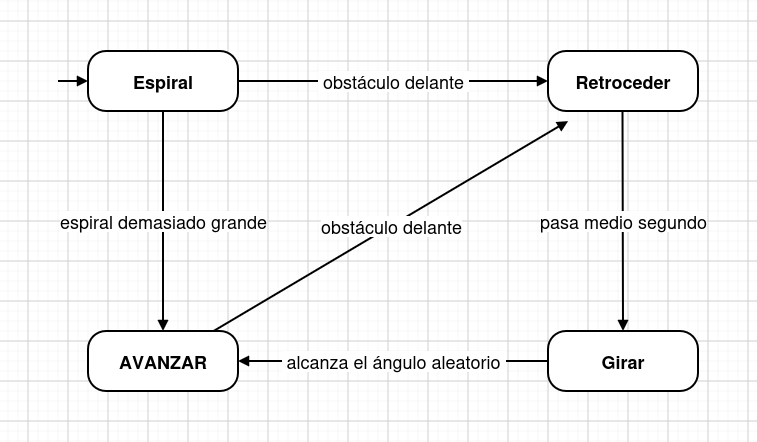
The draw.io diagram assets/img/maquina_estados.png in valentechie/blog-robotica-movil, before a commit. Source tidied: cells renumbered, new cells last; positions are measured from the earlier drawing's top-left corner, leaving out a move shared by most shapes.
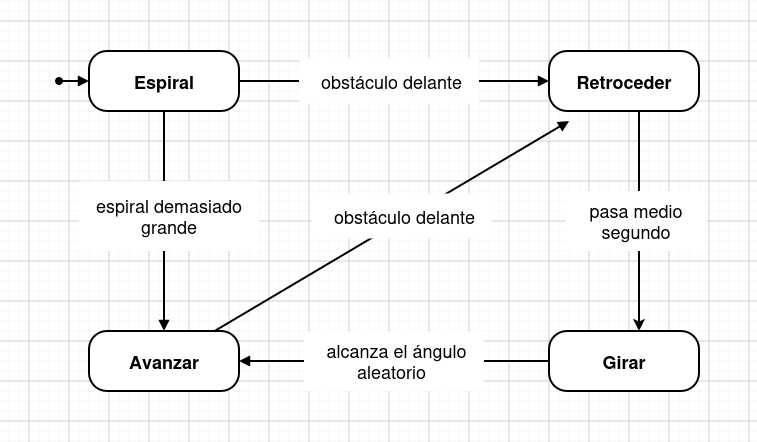
Later version of the same file.

Commit message:
update fsm img

Change to the diagram source:
```diff
@@ -5,38 +5,60 @@
     <mxCell id="2" value="&lt;font style=&quot;font-size: 18px;&quot;&gt;Espiral&lt;/font&gt;" style="rounded=1;whiteSpace=wrap;html=1;arcSize=30;fontStyle=1;strokeWidth=2;" parent="1" vertex="1">
       <mxGeometry x="30" width="150" height="60" as="geometry" />
     </mxCell>
+    <mxCell id="12" style="edgeStyle=orthogonalEdgeStyle;rounded=0;orthogonalLoop=1;jettySize=auto;html=1;entryX=0.5;entryY=0;entryDx=0;entryDy=0;strokeWidth=2;" parent="1" edge="1">
+      <mxGeometry relative="1" as="geometry">
+        <mxPoint x="580" y="60" as="sourcePoint" />
+        <mxPoint x="580" y="280" as="targetPoint" />
+      </mxGeometry>
+    </mxCell>
     <mxCell id="3" value="&lt;font style=&quot;font-size: 18px;&quot;&gt;Retroceder&lt;/font&gt;" style="rounded=1;whiteSpace=wrap;html=1;arcSize=30;fontStyle=1;strokeWidth=2;" parent="1" vertex="1">
       <mxGeometry x="490" width="150" height="60" as="geometry" />
     </mxCell>
-    <mxCell id="4" value="&lt;font style=&quot;font-size: 18px;&quot;&gt;AVANZAR&lt;/font&gt;" style="rounded=1;whiteSpace=wrap;html=1;arcSize=30;fontStyle=1;strokeWidth=2;" parent="1" vertex="1">
+    <mxCell id="4" value="&lt;font style=&quot;font-size: 18px;&quot;&gt;Avanzar&lt;/font&gt;" style="rounded=1;whiteSpace=wrap;html=1;arcSize=30;fontStyle=1;strokeWidth=2;" parent="1" vertex="1">
       <mxGeometry x="30" y="280" width="150" height="60" as="geometry" />
     </mxCell>
     <mxCell id="5" value="&lt;font style=&quot;font-size: 18px;&quot;&gt;Girar&lt;/font&gt;" style="rounded=1;whiteSpace=wrap;html=1;arcSize=30;fontStyle=1;strokeWidth=2;" parent="1" vertex="1">
       <mxGeometry x="490" y="280" width="150" height="60" as="geometry" />
     </mxCell>
-    <mxCell id="6" style="endArrow=block;html=1;endFill=1;strokeWidth=2;" parent="1" edge="1" target="2">
+    <mxCell id="6" style="endArrow=block;html=1;endFill=1;strokeWidth=2;startArrow=oval;startFill=1;" parent="1" edge="1" target="2">
       <mxGeometry relative="1" as="geometry">
         <mxPoint y="30" as="sourcePoint" />
       </mxGeometry>
     </mxCell>
-    <mxCell id="7" value="&lt;font style=&quot;font-size: 18px;&quot;&gt;&amp;nbsp;obstáculo delante&amp;nbsp;&lt;/font&gt;" style="endArrow=block;html=1;endFill=1;labelBackgroundColor=#ffffff;strokeWidth=2;" parent="1" edge="1" source="2" target="3">
+    <mxCell id="7" style="endArrow=block;html=1;endFill=1;labelBackgroundColor=#ffffff;strokeWidth=2;" parent="1" edge="1" source="14" target="3">
       <mxGeometry relative="1" as="geometry" />
     </mxCell>
-    <mxCell id="8" value="&lt;font style=&quot;font-size: 18px;&quot;&gt;espiral demasiado grande&lt;/font&gt;" style="endArrow=block;html=1;endFill=1;labelBackgroundColor=#ffffff;strokeWidth=2;" parent="1" edge="1" source="2" target="4">
+    <mxCell id="8" style="endArrow=block;html=1;endFill=1;labelBackgroundColor=#ffffff;strokeWidth=2;" parent="1" edge="1" source="2" target="4">
       <mxGeometry relative="1" as="geometry" />
     </mxCell>
-    <mxCell id="9" value="&lt;font style=&quot;font-size: 18px;&quot;&gt;obstáculo delante&lt;/font&gt;" style="endArrow=block;html=1;endFill=1;labelBackgroundColor=#ffffff;strokeWidth=2;" parent="1" edge="1" source="4">
+    <mxCell id="9" style="endArrow=block;html=1;endFill=1;labelBackgroundColor=#ffffff;strokeWidth=2;" parent="1" edge="1" source="4">
       <mxGeometry relative="1" as="geometry">
         <mxPoint x="510" y="70" as="targetPoint" />
       </mxGeometry>
     </mxCell>
+    <mxCell id="11" style="endArrow=block;html=1;endFill=1;labelBackgroundColor=#ffffff;strokeWidth=2;" parent="1" edge="1" source="18" target="4">
+      <mxGeometry relative="1" as="geometry" />
+    </mxCell>
+    <mxCell id="13" style="endArrow=none;html=1;endFill=0;labelBackgroundColor=#ffffff;strokeWidth=2;" parent="1" edge="1" source="2" target="14">
+      <mxGeometry relative="1" as="geometry" />
+    </mxCell>
+    <mxCell id="14" value="&lt;font style=&quot;font-size: 18px;&quot;&gt;&amp;nbsp;obstáculo delante&lt;/font&gt;" style="text;html=1;whiteSpace=wrap;align=center;verticalAlign=middle;rounded=0;fillColor=default;" parent="1" vertex="1">
+      <mxGeometry x="240" y="7.5" width="180" height="45" as="geometry" />
+    </mxCell>
-    <mxCell id="10" value="&lt;font style=&quot;font-size: 18px;&quot;&gt;pasa medio segundo&lt;/font&gt;" style="endArrow=block;html=1;endFill=1;labelBackgroundColor=#ffffff;strokeWidth=2;entryX=0.5;entryY=0;entryDx=0;entryDy=0;" parent="1" edge="1" target="5">
-      <mxGeometry relative="1" as="geometry">
-        <mxPoint x="564.5" y="60" as="sourcePoint" />
-      </mxGeometry>
+    <mxCell id="10" value="&lt;div&gt;&lt;font style=&quot;font-size: 18px;&quot;&gt;pasa medio&lt;/font&gt;&lt;/div&gt;&lt;div&gt;&lt;font style=&quot;font-size: 18px;&quot;&gt;segundo&lt;/font&gt;&lt;/div&gt;" style="text;html=1;whiteSpace=wrap;align=center;verticalAlign=middle;rounded=0;fillColor=default;" parent="1" vertex="1">
+      <mxGeometry x="507" y="140" width="140" height="60" as="geometry" />
     </mxCell>
-    <mxCell id="11" value="&lt;font style=&quot;font-size: 18px;&quot;&gt;&amp;nbsp;alcanza el ángulo aleatorio&amp;nbsp;&lt;/font&gt;" style="endArrow=block;html=1;endFill=1;labelBackgroundColor=#ffffff;strokeWidth=2;" parent="1" edge="1" source="5" target="4">
-      <mxGeometry relative="1" as="geometry" />
-    </mxCell>
+    <mxCell id="15" value="&lt;div&gt;&lt;font style=&quot;font-size: 18px;&quot;&gt;espiral demasiado&lt;/font&gt;&lt;/div&gt;&lt;div&gt;&lt;font style=&quot;font-size: 18px;&quot;&gt;grande&lt;/font&gt;&lt;/div&gt;" style="text;html=1;whiteSpace=wrap;align=center;verticalAlign=middle;rounded=0;fillColor=default;" parent="1" vertex="1">
+      <mxGeometry x="20" y="130" width="180" height="70" as="geometry" />
+    </mxCell>
+    <mxCell id="16" value="&lt;font style=&quot;font-size: 18px;&quot;&gt;&amp;nbsp;obstáculo delante&lt;/font&gt;" style="text;html=1;whiteSpace=wrap;align=center;verticalAlign=middle;rounded=0;fillColor=default;" parent="1" vertex="1">
+      <mxGeometry x="253" y="142.5" width="180" height="45" as="geometry" />
+    </mxCell>
+    <mxCell id="17" style="endArrow=none;html=1;endFill=0;labelBackgroundColor=#ffffff;strokeWidth=2;" parent="1" edge="1" source="5" target="18">
+      <mxGeometry relative="1" as="geometry" />
+    </mxCell>
+    <mxCell id="18" value="&lt;font style=&quot;font-size: 18px;&quot;&gt;&amp;nbsp;alcanza el ángulo aleatorio&amp;nbsp;&lt;/font&gt;" style="text;html=1;whiteSpace=wrap;align=center;verticalAlign=middle;rounded=0;fillColor=default;" parent="1" vertex="1">
+      <mxGeometry x="245" y="280" width="180" height="60" as="geometry" />
+    </mxCell>
   </root>
 </mxGraphModel>
```
